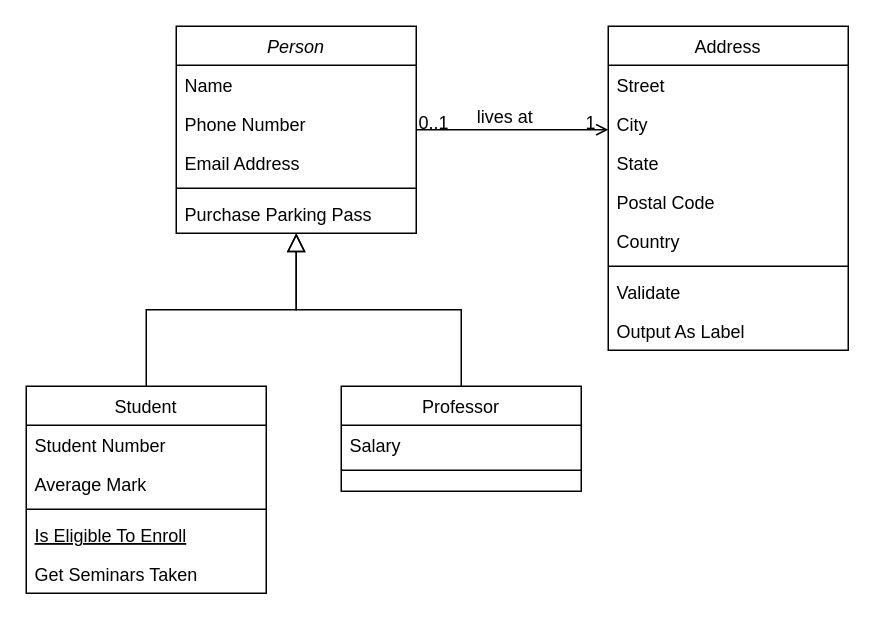
The draw.io diagram Diagrama sem nome.drawio in curso-java-impacta-2024/projeto-imdb, before the edit. Source tidied: cells renumbered, new cells numbered last; positions are measured from the earlier drawing's top-left corner, leaving out a move shared by most shapes. Both pictures are drawn from the tidied source at 150%, with x=0, y=0 at pixel (26, 26).
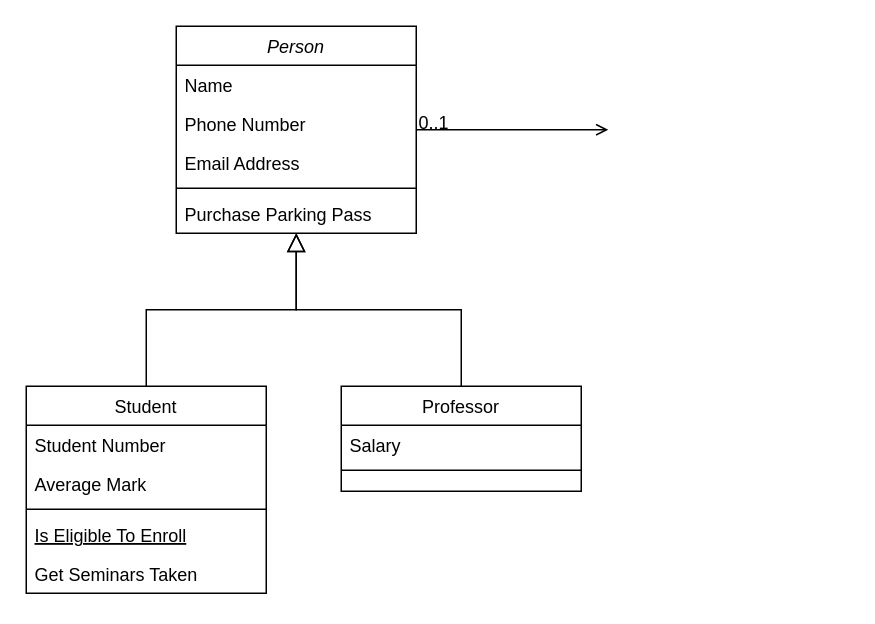
The same page after the edit.

The change refers to these unchanged cells:
```xml
<mxCell id="2" value="Person" style="swimlane;fontStyle=2;align=center;verticalAlign=top;horizontal=1;startSize=26;rounded=0;shadow=0;strokeWidth=1;" parent="1" vertex="1">
  <mxGeometry x="100" width="160" height="138" as="geometry" />
</mxCell>
```

Change to the diagram source:
```diff
@@
-    <mxCell id="19" value="Address" style="swimlane;fontStyle=0;align=center;verticalAlign=top;horizontal=1;startSize=26;rounded=0;shadow=0;strokeWidth=1;" parent="1" vertex="1">
-      <mxGeometry x="388" width="160" height="216" as="geometry" />
-    </mxCell>
-    <mxCell id="20" value="Street" style="text;align=left;verticalAlign=top;spacingLeft=4;spacingRight=4;overflow=hidden;" parent="19" vertex="1">
-      <mxGeometry y="26" width="160" height="26" as="geometry" />
-    </mxCell>
-    <mxCell id="21" value="City" style="text;align=left;verticalAlign=top;spacingLeft=4;spacingRight=4;overflow=hidden;rounded=0;shadow=0;html=0;" parent="19" vertex="1">
-      <mxGeometry y="52" width="160" height="26" as="geometry" />
-    </mxCell>
-    <mxCell id="22" value="State" style="text;align=left;verticalAlign=top;spacingLeft=4;spacingRight=4;overflow=hidden;rounded=0;shadow=0;html=0;" parent="19" vertex="1">
-      <mxGeometry y="78" width="160" height="26" as="geometry" />
-    </mxCell>
-    <mxCell id="23" value="Postal Code" style="text;align=left;verticalAlign=top;spacingLeft=4;spacingRight=4;overflow=hidden;rounded=0;shadow=0;html=0;" parent="19" vertex="1">
-      <mxGeometry y="104" width="160" height="26" as="geometry" />
-    </mxCell>
-    <mxCell id="24" value="Country" style="text;align=left;verticalAlign=top;spacingLeft=4;spacingRight=4;overflow=hidden;rounded=0;shadow=0;html=0;" parent="19" vertex="1">
-      <mxGeometry y="130" width="160" height="26" as="geometry" />
-    </mxCell>
-    <mxCell id="25" style="line;html=1;strokeWidth=1;align=left;verticalAlign=middle;spacingTop=-1;spacingLeft=3;spacingRight=3;labelPosition=right;" parent="19" vertex="1">
-      <mxGeometry y="156" width="160" height="8" as="geometry" />
-    </mxCell>
-    <mxCell id="26" value="Validate" style="text;align=left;verticalAlign=top;spacingLeft=4;spacingRight=4;overflow=hidden;" parent="19" vertex="1">
-      <mxGeometry y="164" width="160" height="26" as="geometry" />
-    </mxCell>
-    <mxCell id="27" value="Output As Label" style="text;align=left;verticalAlign=top;spacingLeft=4;spacingRight=4;overflow=hidden;" parent="19" vertex="1">
-      <mxGeometry y="190" width="160" height="26" as="geometry" />
-    </mxCell>
-    <mxCell id="28" style="endArrow=open;shadow=0;strokeWidth=1;rounded=0;curved=0;endFill=1;edgeStyle=elbowEdgeStyle;elbow=vertical;" parent="1" edge="1" source="2" target="19">
+    <mxCell id="28" style="endArrow=open;shadow=0;strokeWidth=1;rounded=0;curved=0;endFill=1;edgeStyle=elbowEdgeStyle;elbow=vertical;" parent="1" edge="1" source="2">
       <mxGeometry x="0.5" y="41" relative="1" as="geometry">
+        <mxPoint x="388" y="69" as="targetPoint" />
         <mxPoint x="-40" y="32" as="offset" />
       </mxGeometry>
     </mxCell>
@@
-    <mxCell id="30" value="1" style="align=right;verticalAlign=bottom;labelBackgroundColor=none;fontSize=12;" parent="28" vertex="1">
-      <mxGeometry x="1" relative="1" as="geometry">
-        <mxPoint x="-7" y="4" as="offset" />
-      </mxGeometry>
-    </mxCell>
-    <mxCell id="31" value="lives at" style="text;html=1;align=center;verticalAlign=middle;labelBackgroundColor=none;rounded=0;shadow=0;strokeWidth=1;fontSize=12;" parent="28" vertex="1">
-      <mxGeometry x="0.5" y="49" relative="1" as="geometry">
-        <mxPoint x="-38" y="40" as="offset" />
-      </mxGeometry>
-    </mxCell>
```
